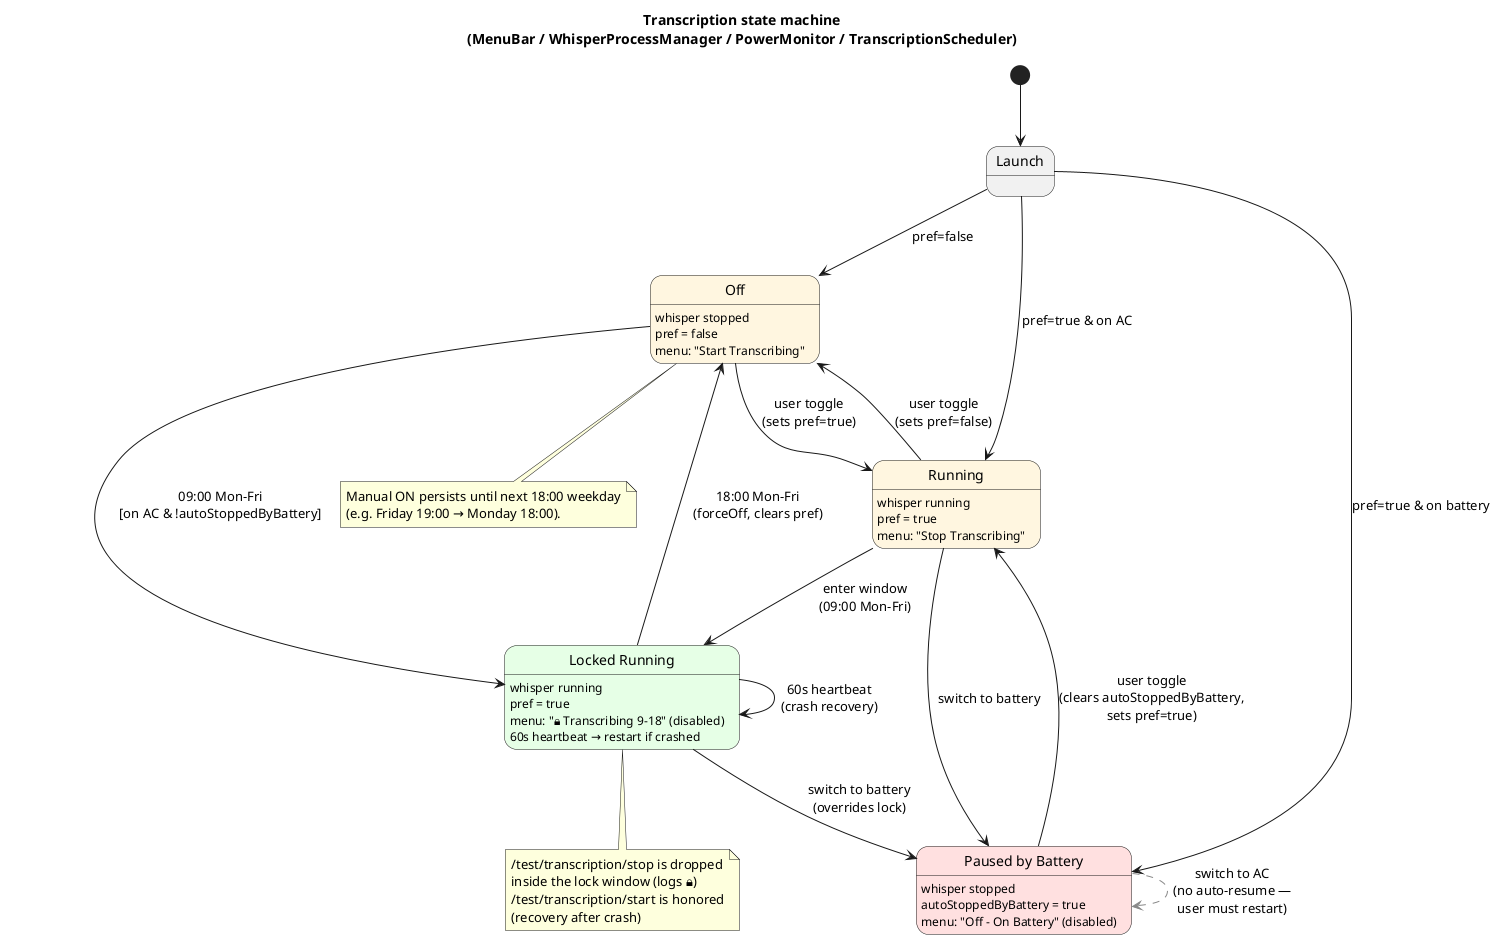
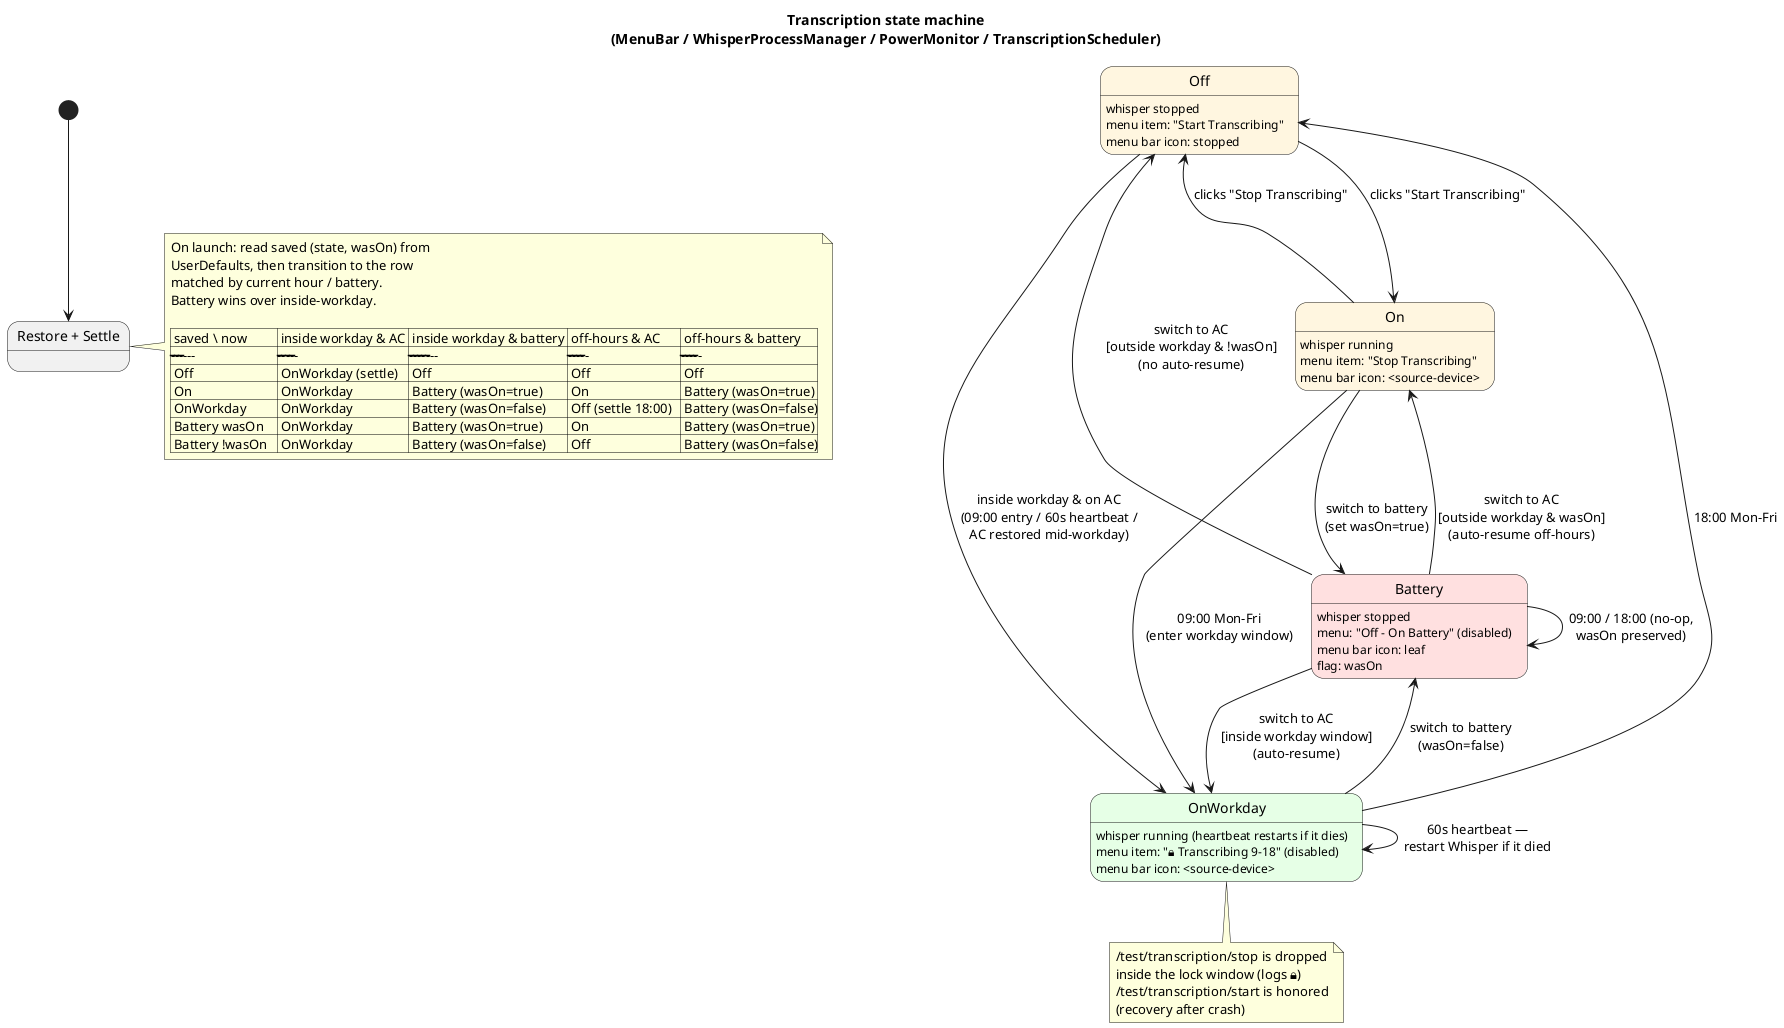
@startuml transcription-state
title Transcription state machine\n(MenuBar / WhisperProcessManager / PowerMonitor / TranscriptionScheduler)

skinparam state {
  BackgroundColor<<auto>>   #E8F1FF
  BackgroundColor<<manual>> #FFF6E0
  BackgroundColor<<paused>> #FFE0E0
  BackgroundColor<<locked>> #E6FFE6
}

- [*] --> Launch
+ [*] --> Restore

- state Launch <<choice>>
- Launch --> Off              : pref=false
- Launch --> Running          : pref=true & on AC
- Launch --> PausedByBattery  : pref=true & on battery
+ state "Restore + Settle" as Restore
+ note right of Restore
+   On launch: read saved (state, wasOn) from
+   UserDefaults, then transition to the row
+   matched by current hour / battery.
+   Battery wins over inside-workday.
+ 
+   | saved \ now      | inside workday & AC | inside workday & battery | off-hours & AC      | off-hours & battery |
+   |------------------|---------------------|---------------------------|---------------------|---------------------|
+   | Off              | OnWorkday (settle)  | Off                       | Off                 | Off                 |
+   | On               | OnWorkday           | Battery (wasOn=true)      | On                  | Battery (wasOn=true)|
+   | OnWorkday        | OnWorkday           | Battery (wasOn=false)     | Off (settle 18:00)  | Battery (wasOn=false)|
+   | Battery wasOn    | OnWorkday           | Battery (wasOn=true)      | On                  | Battery (wasOn=true)|
+   | Battery !wasOn   | OnWorkday           | Battery (wasOn=false)     | Off                 | Battery (wasOn=false)|
+ end note
+ 
+ Restore --> Off       : saved=Off OR\n(saved=OnWorkday & off-hours & on AC) OR\n(saved=Battery & !wasOn & off-hours & on AC)
+ Restore --> On        : (saved=On OR saved=Battery&wasOn) &\noff-hours & on AC
+ Restore --> OnWorkday : inside workday & on AC\n(any saved state except Off-on-battery)
+ Restore --> Battery   : on battery\n(wasOn from saved: On→true, OnWorkday→false,\nBattery→preserved, Off→stays Off instead)

state "Off" as Off <<manual>> {
  Off : whisper stopped
-   Off : pref = false
-   Off : menu: "Start Transcribing"
+   Off : menu item: "Start Transcribing"
+   Off : menu bar icon: stopped
}

- state "Running" as Running <<manual>> {
-   Running : whisper running
-   Running : pref = true
-   Running : menu: "Stop Transcribing"
+ state "On" as On <<manual>> {
+   On : whisper running
+   On : menu item: "Stop Transcribing"
+   On : menu bar icon: <source-device>
}

- state "Locked Running" as Locked <<locked>> {
-   Locked : whisper running
-   Locked : pref = true
-   Locked : menu: "🔒 Transcribing 9–18" (disabled)
-   Locked : 60s heartbeat → restart if crashed
+ state "OnWorkday" as OnWorkday <<locked>> {
+   OnWorkday : whisper running (heartbeat restarts if it dies)
+   OnWorkday : menu item: "🔒 Transcribing 9–18" (disabled)
+   OnWorkday : menu bar icon: <source-device>
}

- state "Paused by Battery" as PausedByBattery <<paused>> {
-   PausedByBattery : whisper stopped
-   PausedByBattery : autoStoppedByBattery = true
-   PausedByBattery : menu: "Off - On Battery" (disabled)
+ state "Battery" as Battery <<paused>> {
+   Battery : whisper stopped
+   Battery : menu: "Off - On Battery" (disabled)
+   Battery : menu bar icon: leaf
+   Battery : flag: wasOn
}

- ' ── User toggle (outside lock window) ─────────────────────────────
- Off --> Running               : user toggle\n(sets pref=true)
- Running --> Off               : user toggle\n(sets pref=false)
- PausedByBattery --> Running   : user toggle\n(clears autoStoppedByBattery,\nsets pref=true)
+ ' ── User clicks menu item (outside lock window) ───────────────────
+ Off --> On    : clicks "Start Transcribing"
+ On --> Off    : clicks "Stop Transcribing"

- ' ── Schedule (Mon–Fri) ────────────────────────────────────────────
- Off --> Locked                : 09:00 Mon–Fri\n[on AC & !autoStoppedByBattery]
- Running --> Locked            : enter window\n(09:00 Mon–Fri)
- Locked --> Off                : 18:00 Mon–Fri\n(forceOff, clears pref)
+ ' ── Schedule (Mon–Fri) & heartbeat ────────────────────────────────
+ Off --> OnWorkday        : inside workday & on AC\n(09:00 entry / 60s heartbeat /\nAC restored mid-workday)
+ On --> OnWorkday         : 09:00 Mon–Fri\n(enter workday window)
+ OnWorkday --> Off        : 18:00 Mon–Fri

- ' Inside the lock window, the menu is disabled — toggle clicks
- ' do nothing. The 60s heartbeat re-runs ensureOn, which restarts
- ' Whisper if the process died.
- Locked --> Locked             : 60s heartbeat\n(crash recovery)
+ OnWorkday --> OnWorkday  : 60s heartbeat —\nrestart Whisper if it died

' ── Battery / AC ──────────────────────────────────────────────────
- Running --> PausedByBattery        : switch to battery
- Locked --> PausedByBattery         : switch to battery\n(overrides lock)
- PausedByBattery -[#888,dashed]-> PausedByBattery : switch to AC\n(no auto-resume —\nuser must restart)
+ On --> Battery           : switch to battery\n(set wasOn=true)
+ OnWorkday --> Battery    : switch to battery\n(wasOn=false)
+ Battery --> OnWorkday    : switch to AC\n[inside workday window]\n(auto-resume)
+ Battery --> On           : switch to AC\n[outside workday & wasOn]\n(auto-resume off-hours)
+ Battery --> Off          : switch to AC\n[outside workday & !wasOn]\n(no auto-resume)
+ Battery --> Battery      : 09:00 / 18:00 (no-op,\nwasOn preserved)

' ── Test endpoints (TabletHttpServer) ─────────────────────────────
- note bottom of Locked
+ note bottom of OnWorkday
  /test/transcription/stop is dropped
  inside the lock window (logs 🔒)
  /test/transcription/start is honored
  (recovery after crash)
end note

- note bottom of Off
-   Manual ON persists until next 18:00 weekday
-   (e.g. Friday 19:00 → Monday 18:00).
- end note

@enduml
